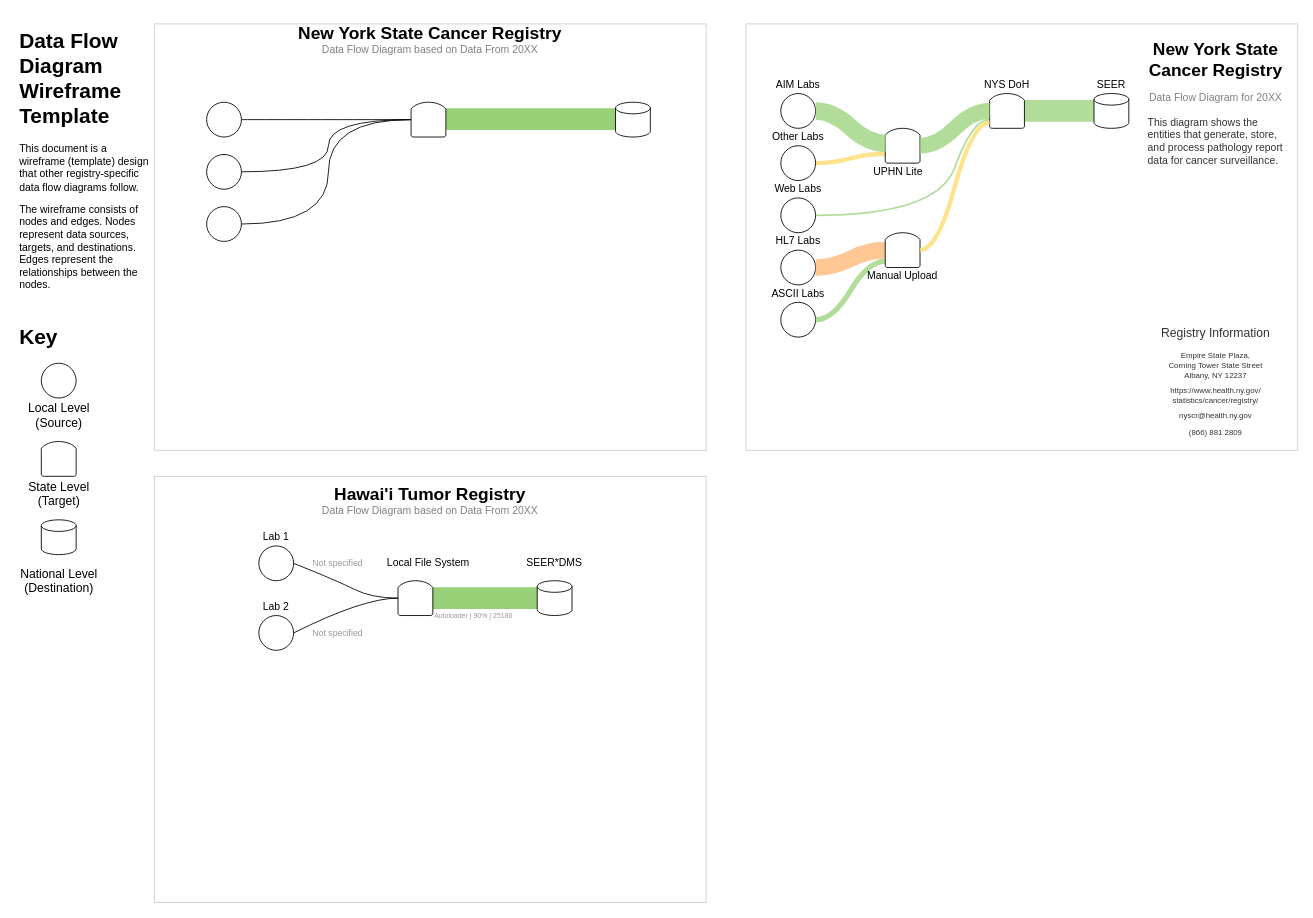
gabastil/nci-seer keeps this draw.io diagram as ws5/schemas/data_flow_diagram.drawio. Above is the earlier version. Source tidied: cells renumbered, new cells numbered last; positions are measured from the earlier drawing's top-left corner, leaving out a move shared by most shapes. Both pictures are drawn from the tidied source at 87%, with x=0, y=0 at pixel (15, 23).
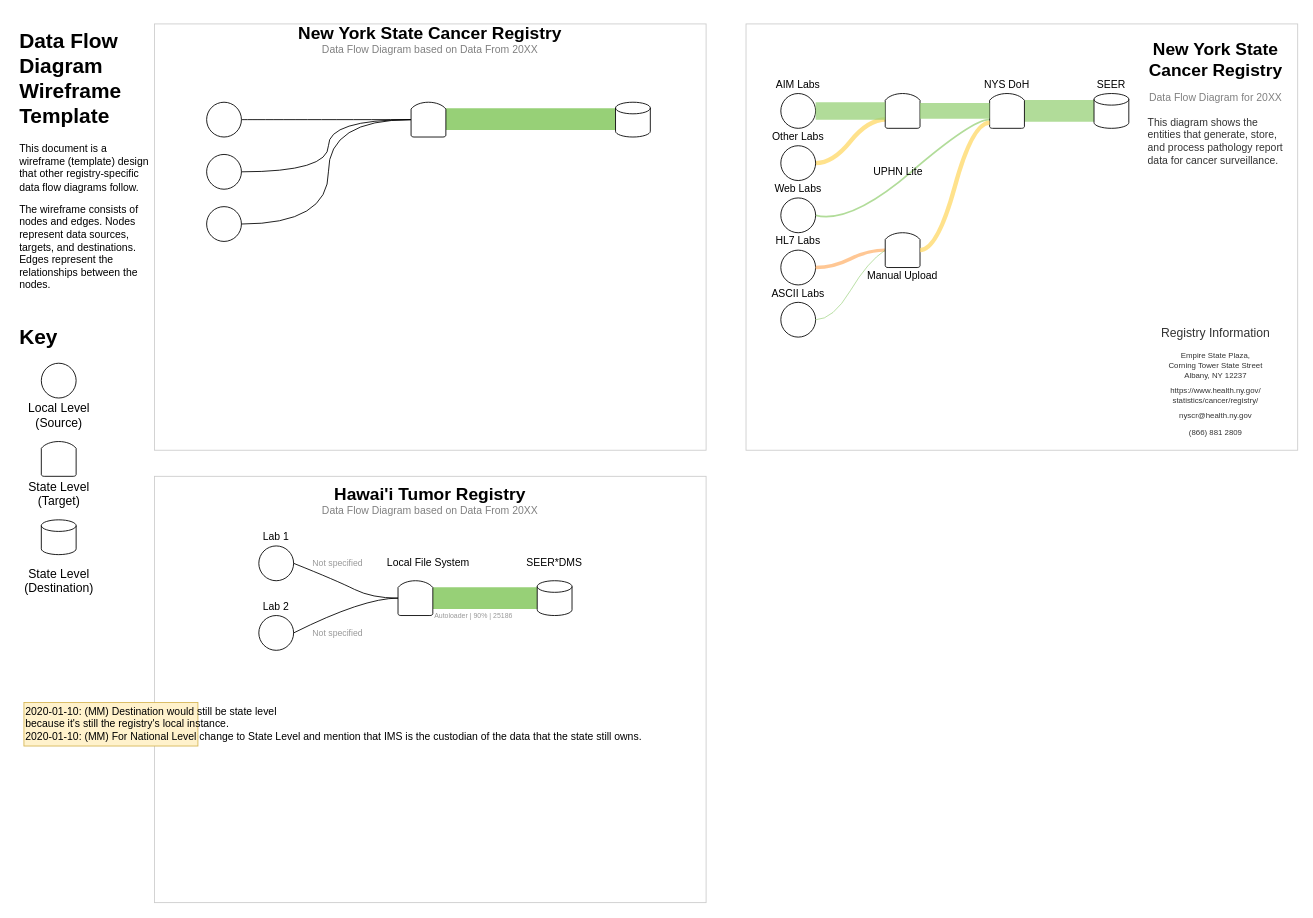
After the change.

Unchanged cells that the change refers to:
```xml
<mxCell id="55" style="ellipse;whiteSpace=wrap;html=1;" parent="25" vertex="1">
  <mxGeometry x="880" y="80" width="40" height="40" as="geometry" />
</mxCell>
<mxCell id="56" style="strokeWidth=1;html=1;shape=mxgraph.flowchart.delay;whiteSpace=wrap;rotation=-90;" parent="25" vertex="1">
  <mxGeometry x="1120" y="80" width="40" height="40" as="geometry" />
</mxCell>
<mxCell id="61" style="ellipse;whiteSpace=wrap;html=1;" parent="25" vertex="1">
  <mxGeometry x="880" y="320" width="40" height="40" as="geometry" />
</mxCell>
<mxCell id="65" style="strokeWidth=1;html=1;shape=mxgraph.flowchart.delay;whiteSpace=wrap;rotation=-90;" parent="25" vertex="1">
  <mxGeometry x="1000" y="240" width="40" height="40" as="geometry" />
</mxCell>
```

Diff of the diagram source:
```diff
@@
-    <mxCell id="9" value="&lt;div&gt;National Level&lt;/div&gt;&lt;div&gt;(Destination)&lt;/div&gt;" style="text;html=1;align=center;verticalAlign=middle;fontSize=14;" parent="1" vertex="1">
-      <mxGeometry y="620" width="100" height="40" as="geometry" />
+    <mxCell id="9" value="&lt;div&gt;State Level&lt;/div&gt;&lt;div&gt;(Destination)&lt;/div&gt;" style="text;html=1;align=center;verticalAlign=middle;fontSize=14;" parent="1" vertex="1">
+      <mxGeometry x="5" y="620" width="90" height="40" as="geometry" />
     </mxCell>
@@
+    <mxCell id="78" value="&lt;div align=&quot;left&quot;&gt;2020-01-10: (MM) Destination would still be state level &lt;/div&gt;&lt;div align=&quot;left&quot;&gt;because it's still the registry's local instance.&lt;/div&gt;&lt;div align=&quot;left&quot;&gt;&lt;/div&gt;&lt;div align=&quot;left&quot;&gt;2020-01-10: (MM) For National Level change to State Level and mention that IMS is the custodian of the data that the state still owns.&lt;br&gt;&lt;/div&gt;" style="text;html=1;align=left;verticalAlign=middle;fillColor=#fff2cc;strokeColor=#d6b656;" parent="14" vertex="1">
+      <mxGeometry x="10" y="780" width="200" height="50" as="geometry" />
+    </mxCell>
@@
     <mxCell id="52" style="curved=1;endArrow=none;html=1;exitX=1;exitY=0.5;exitDx=0;exitDy=0;endFill=0;entryX=0.247;entryY=-0.007;entryDx=0;entryDy=0;entryPerimeter=0;strokeWidth=2;strokeColor=#97D077;opacity=75;" parent="25" edge="1" target="56">
       <mxGeometry relative="1" as="geometry">
         <mxPoint x="920" y="220" as="sourcePoint" />
         <Array as="points">
-          <mxPoint x="1060" y="220" />
+          <mxPoint x="960" y="230" />
           <mxPoint x="1100" y="110" />
         </Array>
       </mxGeometry>
     </mxCell>
     <mxCell id="53" style="curved=1;endArrow=none;html=1;exitX=1;exitY=0.5;exitDx=0;exitDy=0;endFill=0;entryX=0.261;entryY=0.031;entryDx=0;entryDy=0;entryPerimeter=0;strokeColor=#FFD966;strokeWidth=5;opacity=75;" parent="25" edge="1" target="64">
       <mxGeometry relative="1" as="geometry">
         <mxPoint x="920" y="160" as="sourcePoint" />
         <Array as="points">
           <mxPoint x="940" y="160" />
-          <mxPoint x="980" y="149" />
+          <mxPoint x="980" y="110" />
         </Array>
       </mxGeometry>
     </mxCell>
@@
-    <mxCell id="62" style="curved=1;endArrow=none;html=1;exitX=1;exitY=0.5;exitDx=0;exitDy=0;endFill=0;entryX=0.5;entryY=0;entryDx=0;entryDy=0;entryPerimeter=0;strokeColor=#FFB570;strokeWidth=19;opacity=75;" parent="25" edge="1" target="65">
+    <mxCell id="62" style="curved=1;endArrow=none;html=1;exitX=1;exitY=0.5;exitDx=0;exitDy=0;endFill=0;entryX=0.5;entryY=0;entryDx=0;entryDy=0;entryPerimeter=0;strokeColor=#FFB570;strokeWidth=4;opacity=75;fontSize=4;" parent="25" edge="1" target="65">
       <mxGeometry relative="1" as="geometry">
         <mxPoint x="920" y="280" as="sourcePoint" />
         <Array as="points">
           <mxPoint x="940" y="280" />
           <mxPoint x="980" y="260" />
         </Array>
       </mxGeometry>
     </mxCell>
-    <mxCell id="63" style="curved=1;endArrow=none;html=1;exitX=1;exitY=0.5;exitDx=0;exitDy=0;endFill=0;entryX=0.184;entryY=0.012;entryDx=0;entryDy=0;entryPerimeter=0;strokeColor=#97D077;strokeWidth=6;opacity=75;" parent="25" edge="1" source="61" target="65">
+    <mxCell id="63" style="curved=1;endArrow=none;html=1;exitX=1;exitY=0.5;exitDx=0;exitDy=0;endFill=0;entryX=0.5;entryY=0;entryDx=0;entryDy=0;entryPerimeter=0;strokeColor=#97D077;strokeWidth=1;opacity=75;" parent="25" edge="1" source="61" target="65">
       <mxGeometry relative="1" as="geometry">
         <Array as="points">
           <mxPoint x="940" y="340" />
           <mxPoint x="980" y="273" />
         </Array>
       </mxGeometry>
     </mxCell>
     <mxCell id="64" style="strokeWidth=1;html=1;shape=mxgraph.flowchart.delay;whiteSpace=wrap;rotation=-90;" parent="25" vertex="1">
-      <mxGeometry x="1000" y="120" width="40" height="40" as="geometry" />
+      <mxGeometry x="1000" y="80" width="40" height="40" as="geometry" />
     </mxCell>
@@
-    <mxCell id="73" style="curved=1;endArrow=none;html=1;exitX=1;exitY=0.5;exitDx=0;exitDy=0;endFill=0;entryX=0.567;entryY=0.019;entryDx=0;entryDy=0;entryPerimeter=0;strokeWidth=20;strokeColor=#97D077;opacity=75;" parent="25" edge="1" source="55" target="64">
+    <mxCell id="73" style="curved=1;endArrow=none;html=1;exitX=1;exitY=0.5;exitDx=0;exitDy=0;endFill=0;entryX=0.5;entryY=0;entryDx=0;entryDy=0;entryPerimeter=0;strokeWidth=20;strokeColor=#97D077;opacity=75;" parent="25" edge="1" source="55" target="64">
       <mxGeometry relative="1" as="geometry">
         <Array as="points">
           <mxPoint x="940" y="100" />
-          <mxPoint x="980" y="137" />
         </Array>
       </mxGeometry>
     </mxCell>
-    <mxCell id="74" style="curved=1;endArrow=none;html=1;endFill=0;entryX=0.5;entryY=0;entryDx=0;entryDy=0;entryPerimeter=0;strokeWidth=18;strokeColor=#97D077;opacity=75;" parent="25" edge="1" target="56">
+    <mxCell id="74" style="curved=1;endArrow=none;html=1;endFill=0;entryX=0.5;entryY=0;entryDx=0;entryDy=0;entryPerimeter=0;strokeWidth=18;strokeColor=#97D077;opacity=75;exitX=0.5;exitY=1;exitDx=0;exitDy=0;exitPerimeter=0;" parent="25" edge="1" source="64" target="56">
       <mxGeometry relative="1" as="geometry">
-        <mxPoint x="1040" y="140" as="sourcePoint" />
         <Array as="points">
-          <mxPoint x="1060" y="140" />
           <mxPoint x="1100" y="100" />
         </Array>
       </mxGeometry>
     </mxCell>
```
